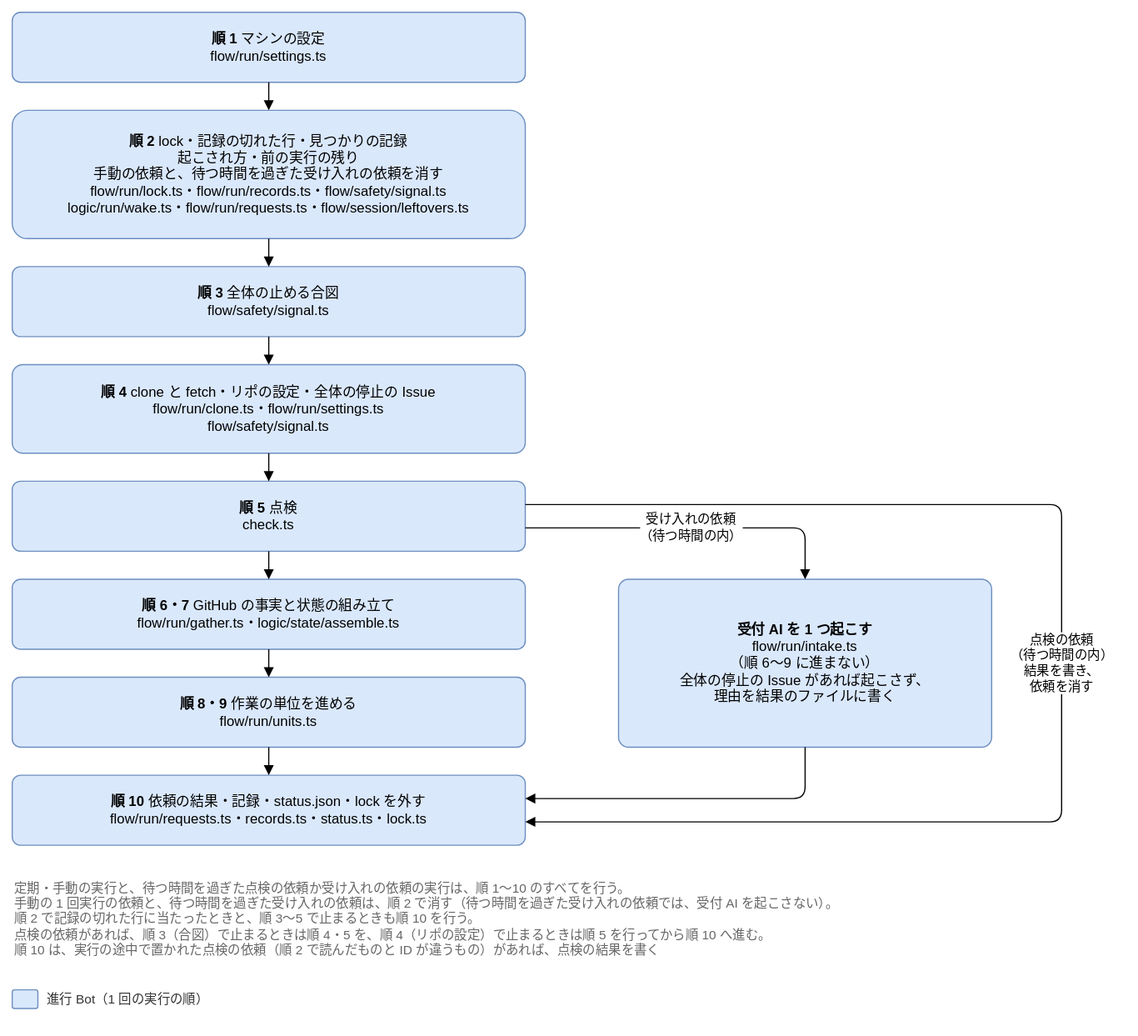
This is docs/design/detailed/diagrams/08-run.drawio.svg from Joymerrevent/dev-autopilot, a draw.io export, as it was before one commit. Source tidied: cells renumbered, new cells last; positions are measured from the earlier drawing's top-left corner, leaving out a move shared by most shapes. The source it was exported from:
```xml
<mxGraphModel background="#ffffff">
  <root>
    <mxCell id="0" />
    <mxCell id="1" parent="0" />
    <mxCell id="2" value="&lt;b&gt;順 1&lt;/b&gt; マシンの設定&lt;br&gt;flow/run/settings.ts" style="rounded=1;whiteSpace=wrap;html=1;fontSize=12;arcSize=12;spacing=12;fillColor=#dae8fc;strokeColor=#6c8ebf;" parent="1" vertex="1">
      <mxGeometry width="440" height="60" as="geometry" />
    </mxCell>
    <mxCell id="3" value="&lt;b&gt;順 2&lt;/b&gt; lock・記録の切れた行・見つかりの記録&lt;br&gt;起こされ方・前の実行の残り&lt;br&gt;手動の依頼と、待つ時間を過ぎた受け入れの依頼を消す&lt;br&gt;flow/run/lock.ts・flow/run/records.ts・flow/safety/signal.ts&lt;br&gt;logic/run/wake.ts・flow/run/requests.ts・flow/session/leftovers.ts" style="rounded=1;whiteSpace=wrap;html=1;fontSize=12;arcSize=12;spacing=12;fillColor=#dae8fc;strokeColor=#6c8ebf;" parent="1" vertex="1">
      <mxGeometry y="84" width="440" height="110" as="geometry" />
    </mxCell>
    <mxCell id="4" style="edgeStyle=orthogonalEdgeStyle;rounded=1;html=1;endArrow=block;endFill=1;fontSize=11;labelBackgroundColor=#ffffff;exitX=0.5;exitY=1;exitDx=0;exitDy=0;entryX=0.5;entryY=0;entryDx=0;entryDy=0;" parent="1" edge="1" source="2" target="3">
      <mxGeometry relative="1" as="geometry" />
    </mxCell>
    <mxCell id="5" value="&lt;b&gt;順 3&lt;/b&gt; 全体の止める合図&lt;br&gt;flow/safety/signal.ts" style="rounded=1;whiteSpace=wrap;html=1;fontSize=12;arcSize=12;spacing=12;fillColor=#dae8fc;strokeColor=#6c8ebf;" parent="1" vertex="1">
      <mxGeometry y="218" width="440" height="60" as="geometry" />
    </mxCell>
    <mxCell id="6" style="edgeStyle=orthogonalEdgeStyle;rounded=1;html=1;endArrow=block;endFill=1;fontSize=11;labelBackgroundColor=#ffffff;exitX=0.5;exitY=1;exitDx=0;exitDy=0;entryX=0.5;entryY=0;entryDx=0;entryDy=0;" parent="1" edge="1" source="3" target="5">
      <mxGeometry relative="1" as="geometry" />
    </mxCell>
    <mxCell id="7" value="&lt;b&gt;順 4&lt;/b&gt; clone と fetch・リポの設定・全体の停止の Issue&lt;br&gt;flow/run/clone.ts・flow/run/settings.ts&lt;br&gt;flow/safety/signal.ts" style="rounded=1;whiteSpace=wrap;html=1;fontSize=12;arcSize=12;spacing=12;fillColor=#dae8fc;strokeColor=#6c8ebf;" parent="1" vertex="1">
      <mxGeometry y="302" width="440" height="76" as="geometry" />
    </mxCell>
    <mxCell id="8" style="edgeStyle=orthogonalEdgeStyle;rounded=1;html=1;endArrow=block;endFill=1;fontSize=11;labelBackgroundColor=#ffffff;exitX=0.5;exitY=1;exitDx=0;exitDy=0;entryX=0.5;entryY=0;entryDx=0;entryDy=0;" parent="1" edge="1" source="5" target="7">
      <mxGeometry relative="1" as="geometry" />
    </mxCell>
    <mxCell id="9" value="&lt;b&gt;順 5&lt;/b&gt; 点検&lt;br&gt;check.ts" style="rounded=1;whiteSpace=wrap;html=1;fontSize=12;arcSize=12;spacing=12;fillColor=#dae8fc;strokeColor=#6c8ebf;" parent="1" vertex="1">
      <mxGeometry y="402" width="440" height="60" as="geometry" />
    </mxCell>
    <mxCell id="10" style="edgeStyle=orthogonalEdgeStyle;rounded=1;html=1;endArrow=block;endFill=1;fontSize=11;labelBackgroundColor=#ffffff;exitX=0.5;exitY=1;exitDx=0;exitDy=0;entryX=0.5;entryY=0;entryDx=0;entryDy=0;" parent="1" edge="1" source="7" target="9">
      <mxGeometry relative="1" as="geometry" />
    </mxCell>
    <mxCell id="11" value="&lt;b&gt;順 6・7&lt;/b&gt; GitHub の事実と状態の組み立て&lt;br&gt;flow/run/gather.ts・logic/state/assemble.ts" style="rounded=1;whiteSpace=wrap;html=1;fontSize=12;arcSize=12;spacing=12;fillColor=#dae8fc;strokeColor=#6c8ebf;" parent="1" vertex="1">
      <mxGeometry y="486" width="440" height="60" as="geometry" />
    </mxCell>
    <mxCell id="12" style="edgeStyle=orthogonalEdgeStyle;rounded=1;html=1;endArrow=block;endFill=1;fontSize=11;labelBackgroundColor=#ffffff;exitX=0.5;exitY=1;exitDx=0;exitDy=0;entryX=0.5;entryY=0;entryDx=0;entryDy=0;" parent="1" edge="1" source="9" target="11">
      <mxGeometry relative="1" as="geometry" />
    </mxCell>
    <mxCell id="13" value="&lt;b&gt;順 8・9&lt;/b&gt; 作業の単位を進める&lt;br&gt;flow/run/units.ts" style="rounded=1;whiteSpace=wrap;html=1;fontSize=12;arcSize=12;spacing=12;fillColor=#dae8fc;strokeColor=#6c8ebf;" parent="1" vertex="1">
      <mxGeometry y="570" width="440" height="60" as="geometry" />
    </mxCell>
    <mxCell id="14" style="edgeStyle=orthogonalEdgeStyle;rounded=1;html=1;endArrow=block;endFill=1;fontSize=11;labelBackgroundColor=#ffffff;exitX=0.5;exitY=1;exitDx=0;exitDy=0;entryX=0.5;entryY=0;entryDx=0;entryDy=0;" parent="1" edge="1" source="11" target="13">
      <mxGeometry relative="1" as="geometry" />
    </mxCell>
    <mxCell id="15" value="&lt;b&gt;順 10&lt;/b&gt; 依頼の結果・記録・status.json・lock を外す&lt;br&gt;flow/run/requests.ts・records.ts・status.ts・lock.ts" style="rounded=1;whiteSpace=wrap;html=1;fontSize=12;arcSize=12;spacing=12;fillColor=#dae8fc;strokeColor=#6c8ebf;" parent="1" vertex="1">
      <mxGeometry y="654" width="440" height="60" as="geometry" />
    </mxCell>
    <mxCell id="16" style="edgeStyle=orthogonalEdgeStyle;rounded=1;html=1;endArrow=block;endFill=1;fontSize=11;labelBackgroundColor=#ffffff;exitX=0.5;exitY=1;exitDx=0;exitDy=0;entryX=0.5;entryY=0;entryDx=0;entryDy=0;" parent="1" edge="1" source="13" target="15">
      <mxGeometry relative="1" as="geometry" />
    </mxCell>
    <mxCell id="17" value="&lt;b&gt;受付 AI を 1 つ起こす&lt;/b&gt;&lt;br&gt;flow/run/intake.ts&lt;br&gt;（順 6〜9 に進まない）&lt;br&gt;全体の停止の Issue があれば起こさず、&lt;br&gt;理由を結果のファイルに書く" style="rounded=1;whiteSpace=wrap;html=1;fontSize=12;arcSize=12;spacing=12;fillColor=#dae8fc;strokeColor=#6c8ebf;arcSize=6;" parent="1" vertex="1">
      <mxGeometry x="520" y="486" width="320" height="144" as="geometry" />
    </mxCell>
    <mxCell id="18" value="受け入れの依頼&lt;br&gt;（待つ時間の内）" style="edgeStyle=orthogonalEdgeStyle;rounded=1;html=1;endArrow=block;endFill=1;fontSize=11;labelBackgroundColor=#ffffff;exitX=1;exitY=0.6666666666666666;exitDx=0;exitDy=0;entryX=0.5;entryY=0;entryDx=0;entryDy=0;" parent="1" edge="1" source="9" target="17">
      <mxGeometry relative="1" as="geometry">
        <Array as="points">
          <mxPoint x="680" y="442" />
        </Array>
      </mxGeometry>
    </mxCell>
    <mxCell id="19" style="edgeStyle=orthogonalEdgeStyle;rounded=1;html=1;endArrow=block;endFill=1;fontSize=11;labelBackgroundColor=#ffffff;exitX=0.5;exitY=1;exitDx=0;exitDy=0;entryX=1;entryY=0.3333333333333333;entryDx=0;entryDy=0;" parent="1" edge="1" source="17" target="15">
      <mxGeometry relative="1" as="geometry">
        <Array as="points">
          <mxPoint x="680" y="674" />
        </Array>
      </mxGeometry>
    </mxCell>
    <mxCell id="20" value="点検の依頼&lt;br&gt;（待つ時間の内）&lt;br&gt;結果を書き、&lt;br&gt;依頼を消す" style="edgeStyle=orthogonalEdgeStyle;rounded=1;html=1;endArrow=block;endFill=1;fontSize=11;labelBackgroundColor=#ffffff;exitX=1;exitY=0.3333333333333333;exitDx=0;exitDy=0;entryX=1;entryY=0.6666666666666666;entryDx=0;entryDy=0;" parent="1" edge="1" source="9" target="15">
      <mxGeometry relative="1" as="geometry">
        <Array as="points">
          <mxPoint x="900" y="422" />
          <mxPoint x="900" y="694" />
        </Array>
      </mxGeometry>
    </mxCell>
    <mxCell id="21" value="定期・手動の実行と、待つ時間を過ぎた点検の依頼か受け入れの依頼の実行は、順 1〜10 のすべてを行う。&lt;br&gt;手動の 1 回実行の依頼と、待つ時間を過ぎた受け入れの依頼は、順 2 で消す（待つ時間を過ぎた受け入れの依頼では、受付 AI を起こさない）。&lt;br&gt;順 2 で記録の切れた行に当たったときと、順 3〜5 で止まるときも順 10 を行う。&lt;br&gt;点検の依頼があれば、順 3（合図）で止まるときは順 4・5 を、順 4（リポの設定）で止まるときは順 5 を行ってから順 10 へ進む。&lt;br&gt;順 10 は、実行の途中で置かれた点検の依頼（順 2 で読んだものと ID が違うもの）があれば、点検の結果を書く" style="text;html=1;whiteSpace=wrap;align=left;verticalAlign=top;fontSize=11;fontColor=#666666;" parent="1" vertex="1">
      <mxGeometry y="738" width="920" height="84" as="geometry" />
    </mxCell>
    <mxCell id="22" style="rounded=1;whiteSpace=wrap;html=1;fontSize=12;arcSize=12;spacing=12;fillColor=#dae8fc;strokeColor=#6c8ebf;" parent="1" vertex="1">
      <mxGeometry y="838" width="22" height="16" as="geometry" />
    </mxCell>
    <mxCell id="23" value="進行 Bot（1 回の実行の順）" style="text;html=1;align=left;verticalAlign=middle;fontSize=11;fontColor=#333333;" parent="1" vertex="1">
      <mxGeometry x="28" y="836" width="160" height="20" as="geometry" />
    </mxCell>
  </root>
</mxGraphModel>
```
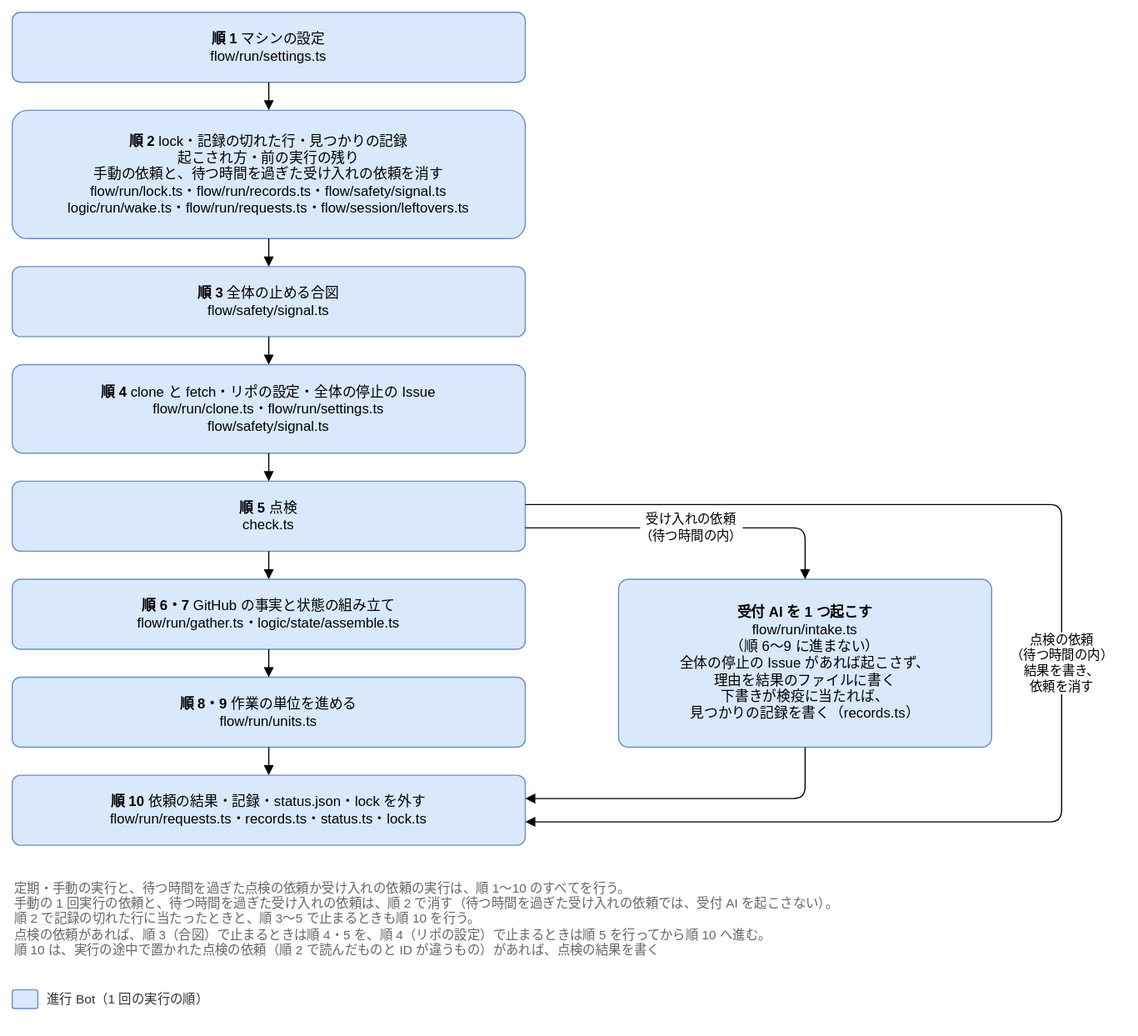
Later version of the same file.

Change to the diagram source:
```diff
@@ -47,7 +47,7 @@
     <mxCell id="16" style="edgeStyle=orthogonalEdgeStyle;rounded=1;html=1;endArrow=block;endFill=1;fontSize=11;labelBackgroundColor=#ffffff;exitX=0.5;exitY=1;exitDx=0;exitDy=0;entryX=0.5;entryY=0;entryDx=0;entryDy=0;" parent="1" edge="1" source="13" target="15">
       <mxGeometry relative="1" as="geometry" />
     </mxCell>
-    <mxCell id="17" value="&lt;b&gt;受付 AI を 1 つ起こす&lt;/b&gt;&lt;br&gt;flow/run/intake.ts&lt;br&gt;（順 6〜9 に進まない）&lt;br&gt;全体の停止の Issue があれば起こさず、&lt;br&gt;理由を結果のファイルに書く" style="rounded=1;whiteSpace=wrap;html=1;fontSize=12;arcSize=12;spacing=12;fillColor=#dae8fc;strokeColor=#6c8ebf;arcSize=6;" parent="1" vertex="1">
+    <mxCell id="17" value="&lt;b&gt;受付 AI を 1 つ起こす&lt;/b&gt;&lt;br&gt;flow/run/intake.ts&lt;br&gt;（順 6〜9 に進まない）&lt;br&gt;全体の停止の Issue があれば起こさず、&lt;br&gt;理由を結果のファイルに書く&lt;br&gt;下書きが検疫に当たれば、&lt;br&gt;見つかりの記録を書く（records.ts）" style="rounded=1;whiteSpace=wrap;html=1;fontSize=12;arcSize=12;spacing=12;fillColor=#dae8fc;strokeColor=#6c8ebf;arcSize=6;" parent="1" vertex="1">
       <mxGeometry x="520" y="486" width="320" height="144" as="geometry" />
     </mxCell>
     <mxCell id="18" value="受け入れの依頼&lt;br&gt;（待つ時間の内）" style="edgeStyle=orthogonalEdgeStyle;rounded=1;html=1;endArrow=block;endFill=1;fontSize=11;labelBackgroundColor=#ffffff;exitX=1;exitY=0.6666666666666666;exitDx=0;exitDy=0;entryX=0.5;entryY=0;entryDx=0;entryDy=0;" parent="1" edge="1" source="9" target="17">
```
